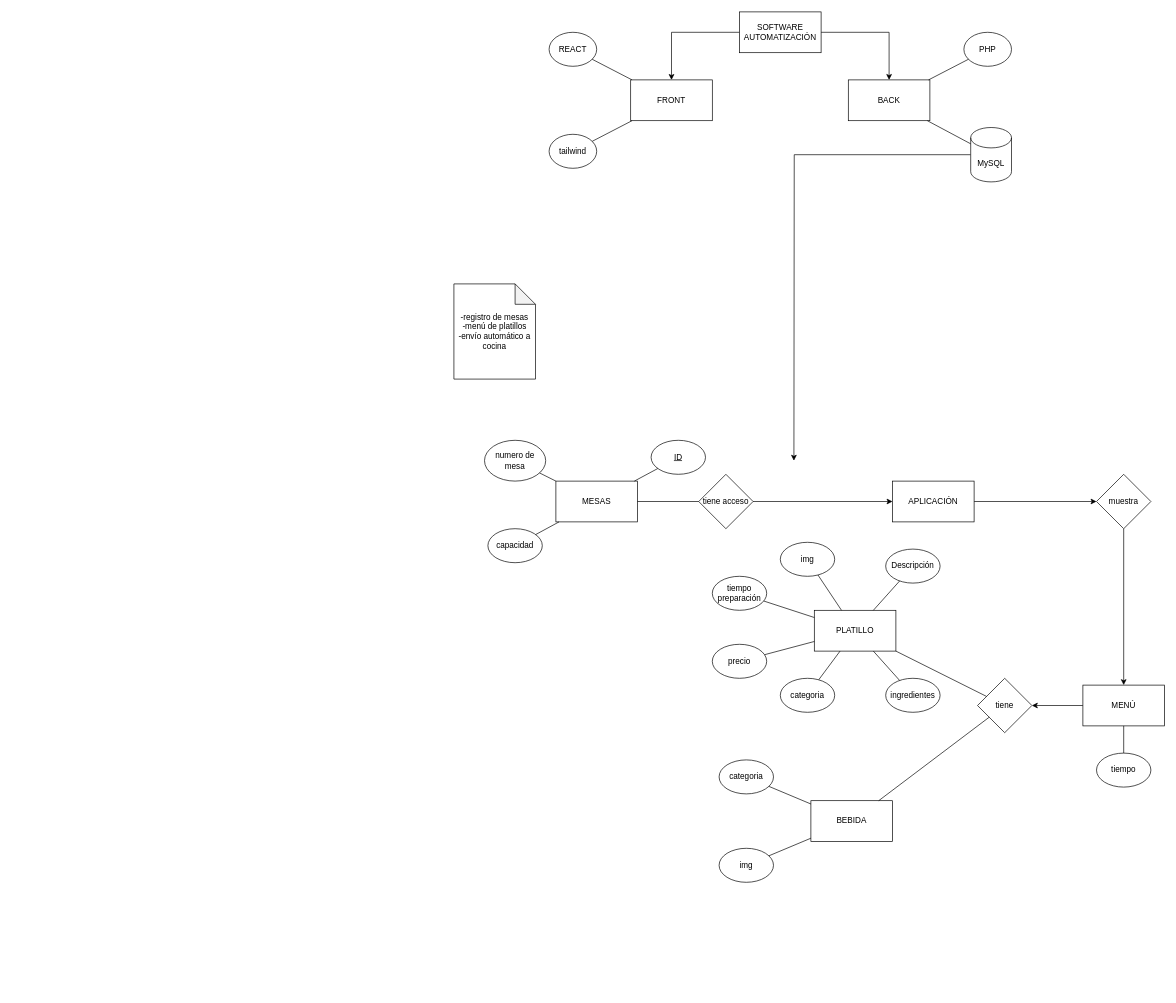
Before: documentación/arquitectura_del_sistema.drawio in SantiagoTamayo2002/RESTAURANT-APP, a draw.io diagram. Source tidied: cells renumbered, new cells numbered last; positions are measured from the earlier drawing's top-left corner, leaving out a move shared by most shapes. Both pictures are drawn from the tidied source at 68%, with x=0, y=0 at pixel (454, 12).
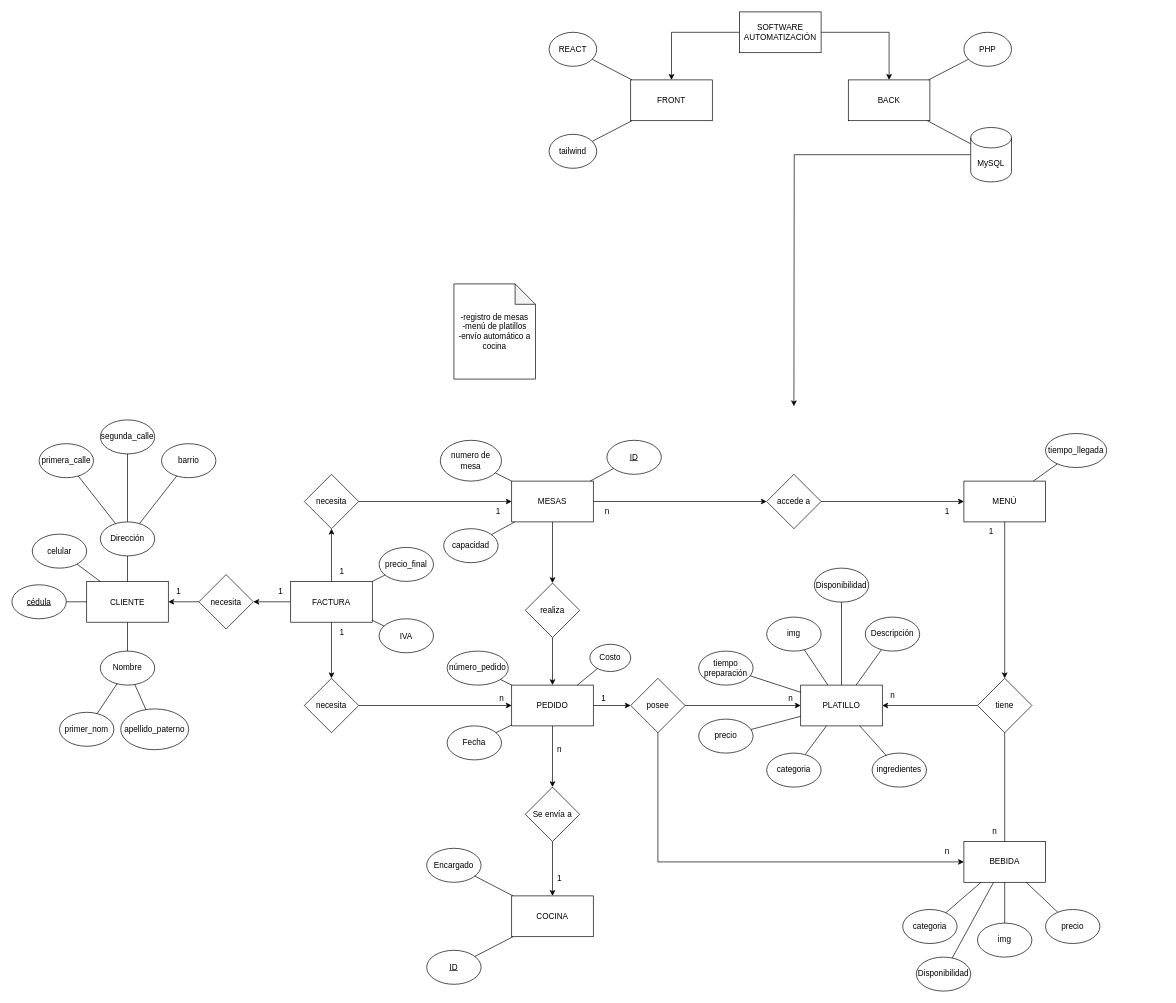
The same diagram, later.

Commit message (it also covers changes not shown here):
BDD diseño conceptual

Unchanged cells that the change refers to:
```xml
<mxCell id="11" value="MySQL" style="shape=cylinder3;whiteSpace=wrap;html=1;boundedLbl=1;backgroundOutline=1;size=15;" parent="1" vertex="1">
  <mxGeometry x="760" y="170" width="60" height="80" as="geometry" />
</mxCell>
<mxCell id="35" value="tiene" style="rhombus;whiteSpace=wrap;html=1;" parent="1" vertex="1">
  <mxGeometry x="770" y="980" width="80" height="80" as="geometry" />
</mxCell>
```

The edit, as a diff of the source:
```diff
@@
     <mxCell id="10" style="edgeStyle=orthogonalEdgeStyle;rounded=0;jettySize=auto;html=1;" parent="1" edge="1" source="11">
       <mxGeometry relative="1" as="geometry">
-        <mxPoint x="500" y="660" as="targetPoint" />
+        <mxPoint x="500" y="580" as="targetPoint" />
       </mxGeometry>
     </mxCell>
@@
+    <mxCell id="56" style="edgeStyle=orthogonalEdgeStyle;rounded=0;jettySize=auto;html=1;" parent="1" edge="1" source="17" target="59">
+      <mxGeometry relative="1" as="geometry" />
+    </mxCell>
+    <mxCell id="26" style="edgeStyle=orthogonalEdgeStyle;rounded=0;jettySize=auto;html=1;" parent="1" edge="1" source="17" target="25">
+      <mxGeometry relative="1" as="geometry" />
+    </mxCell>
     <mxCell id="17" value="MESAS" style="rounded=0;whiteSpace=wrap;html=1;" parent="1" vertex="1">
-      <mxGeometry x="150" y="690" width="120" height="60" as="geometry" />
+      <mxGeometry x="85" y="690" width="120" height="60" as="geometry" />
     </mxCell>
     <mxCell id="18" value="numero de mesa" style="ellipse;whiteSpace=wrap;html=1;" parent="1" vertex="1">
-      <mxGeometry x="45" y="630" width="90" height="60" as="geometry" />
+      <mxGeometry x="-20" y="630" width="90" height="60" as="geometry" />
     </mxCell>
     <mxCell id="19" value="capacidad" style="ellipse;whiteSpace=wrap;html=1;" parent="1" vertex="1">
-      <mxGeometry x="50" y="760" width="80" height="50" as="geometry" />
+      <mxGeometry x="-15" y="760" width="80" height="50" as="geometry" />
     </mxCell>
@@
     <mxCell id="22" value="&lt;u&gt;ID&lt;/u&gt;" style="ellipse;whiteSpace=wrap;html=1;" parent="1" vertex="1">
-      <mxGeometry x="290" y="630" width="80" height="50" as="geometry" />
+      <mxGeometry x="225" y="630" width="80" height="50" as="geometry" />
     </mxCell>
@@
-    <mxCell id="24" style="edgeStyle=orthogonalEdgeStyle;rounded=0;jettySize=auto;html=1;" parent="1" edge="1" source="25" target="28">
-      <mxGeometry relative="1" as="geometry" />
+    <mxCell id="24" style="edgeStyle=orthogonalEdgeStyle;rounded=0;jettySize=auto;html=1;" parent="1" edge="1" source="25" target="30">
+      <mxGeometry relative="1" as="geometry">
+        <Array as="points">
+          <mxPoint x="750" y="720" />
+          <mxPoint x="750" y="720" />
+        </Array>
+      </mxGeometry>
     </mxCell>
-    <mxCell id="25" value="tiene acceso" style="rhombus;whiteSpace=wrap;html=1;" parent="1" vertex="1">
-      <mxGeometry x="360" y="680" width="80" height="80" as="geometry" />
+    <mxCell id="25" value="accede a" style="rhombus;whiteSpace=wrap;html=1;" parent="1" vertex="1">
+      <mxGeometry x="460" y="680" width="80" height="80" as="geometry" />
     </mxCell>
-    <mxCell id="26" style="endArrow=none;html=1;rounded=0;" parent="1" edge="1" source="17" target="25">
-      <mxGeometry relative="1" as="geometry" />
-    </mxCell>
-    <mxCell id="27" style="edgeStyle=orthogonalEdgeStyle;rounded=0;jettySize=auto;html=1;" parent="1" edge="1" source="28" target="41">
-      <mxGeometry relative="1" as="geometry" />
-    </mxCell>
-    <mxCell id="28" value="APLICACIÓN" style="rounded=0;whiteSpace=wrap;html=1;" parent="1" vertex="1">
-      <mxGeometry x="645" y="690" width="120" height="60" as="geometry" />
-    </mxCell>
@@
     <mxCell id="30" value="MENÚ" style="rounded=0;whiteSpace=wrap;html=1;" parent="1" vertex="1">
-      <mxGeometry x="925" y="990" width="120" height="60" as="geometry" />
+      <mxGeometry x="750" y="690" width="120" height="60" as="geometry" />
     </mxCell>
-    <mxCell id="31" value="tiempo" style="ellipse;whiteSpace=wrap;html=1;" parent="1" vertex="1">
-      <mxGeometry x="945" y="1090" width="80" height="50" as="geometry" />
+    <mxCell id="31" value="tiempo_llegada" style="ellipse;whiteSpace=wrap;html=1;" parent="1" vertex="1">
+      <mxGeometry x="870" y="620" width="90" height="50" as="geometry" />
     </mxCell>
@@
     <mxCell id="33" value="PLATILLO" style="rounded=0;whiteSpace=wrap;html=1;" parent="1" vertex="1">
-      <mxGeometry x="530" y="880" width="120" height="60" as="geometry" />
+      <mxGeometry x="510" y="990" width="120" height="60" as="geometry" />
     </mxCell>
     <mxCell id="34" value="ingredientes" style="ellipse;whiteSpace=wrap;html=1;" parent="1" vertex="1">
-      <mxGeometry x="635" y="980" width="80" height="50" as="geometry" />
+      <mxGeometry x="615" y="1090" width="80" height="50" as="geometry" />
     </mxCell>
+    <mxCell id="57" style="edgeStyle=orthogonalEdgeStyle;rounded=0;jettySize=auto;html=1;" parent="1" edge="1" source="35" target="33">
+      <mxGeometry relative="1" as="geometry" />
+    </mxCell>
@@
     <mxCell id="38" value="img" style="ellipse;whiteSpace=wrap;html=1;" parent="1" vertex="1">
-      <mxGeometry x="480" y="780" width="80" height="50" as="geometry" />
+      <mxGeometry x="460" y="890" width="80" height="50" as="geometry" />
     </mxCell>
@@
-    <mxCell id="40" style="edgeStyle=orthogonalEdgeStyle;rounded=0;jettySize=auto;html=1;" parent="1" edge="1" source="41" target="30">
-      <mxGeometry relative="1" as="geometry" />
-    </mxCell>
-    <mxCell id="41" value="muestra" style="rhombus;whiteSpace=wrap;html=1;" parent="1" vertex="1">
-      <mxGeometry x="945" y="680" width="80" height="80" as="geometry" />
-    </mxCell>
     <mxCell id="42" value="tiempo&lt;div&gt;preparación&lt;/div&gt;" style="ellipse;whiteSpace=wrap;html=1;" parent="1" vertex="1">
-      <mxGeometry x="380" y="830" width="80" height="50" as="geometry" />
+      <mxGeometry x="360" y="940" width="80" height="50" as="geometry" />
     </mxCell>
@@
     <mxCell id="45" value="categoria" style="ellipse;whiteSpace=wrap;html=1;" parent="1" vertex="1">
-      <mxGeometry x="480" y="980" width="80" height="50" as="geometry" />
+      <mxGeometry x="460" y="1090" width="80" height="50" as="geometry" />
     </mxCell>
     <mxCell id="46" value="BEBIDA" style="rounded=0;whiteSpace=wrap;html=1;" parent="1" vertex="1">
-      <mxGeometry x="525" y="1160" width="120" height="60" as="geometry" />
+      <mxGeometry x="750" y="1220" width="120" height="60" as="geometry" />
     </mxCell>
     <mxCell id="47" value="categoria" style="ellipse;whiteSpace=wrap;html=1;" parent="1" vertex="1">
-      <mxGeometry x="390" y="1100" width="80" height="50" as="geometry" />
+      <mxGeometry x="660" y="1320" width="80" height="50" as="geometry" />
     </mxCell>
@@
     <mxCell id="49" value="img" style="ellipse;whiteSpace=wrap;html=1;" parent="1" vertex="1">
-      <mxGeometry x="390" y="1230" width="80" height="50" as="geometry" />
+      <mxGeometry x="770" y="1340" width="80" height="50" as="geometry" />
     </mxCell>
@@
     <mxCell id="51" value="precio" style="ellipse;whiteSpace=wrap;html=1;" parent="1" vertex="1">
-      <mxGeometry x="380" y="930" width="80" height="50" as="geometry" />
+      <mxGeometry x="360" y="1040" width="80" height="50" as="geometry" />
     </mxCell>
@@
-    <mxCell id="53" style="endArrow=none;html=1;rounded=0;" parent="1" edge="1" source="33" target="35">
-      <mxGeometry relative="1" as="geometry" />
-    </mxCell>
     <mxCell id="54" value="Descripción" style="ellipse;whiteSpace=wrap;html=1;" parent="1" vertex="1">
-      <mxGeometry x="635" y="790" width="80" height="50" as="geometry" />
+      <mxGeometry x="605" y="890" width="80" height="50" as="geometry" />
     </mxCell>
@@
+    <mxCell id="58" style="edgeStyle=orthogonalEdgeStyle;rounded=0;jettySize=auto;html=1;" parent="1" edge="1" source="59" target="62">
+      <mxGeometry relative="1" as="geometry" />
+    </mxCell>
+    <mxCell id="59" value="realiza" style="rhombus;whiteSpace=wrap;html=1;" parent="1" vertex="1">
+      <mxGeometry x="105" y="840" width="80" height="80" as="geometry" />
+    </mxCell>
+    <mxCell id="60" style="edgeStyle=orthogonalEdgeStyle;rounded=0;jettySize=auto;html=1;" parent="1" edge="1" source="62" target="71">
+      <mxGeometry relative="1" as="geometry" />
+    </mxCell>
+    <mxCell id="61" style="edgeStyle=orthogonalEdgeStyle;rounded=0;jettySize=auto;html=1;" parent="1" edge="1" source="62" target="121">
+      <mxGeometry relative="1" as="geometry" />
+    </mxCell>
+    <mxCell id="62" value="PEDIDO" style="rounded=0;whiteSpace=wrap;html=1;" parent="1" vertex="1">
+      <mxGeometry x="85" y="990" width="120" height="60" as="geometry" />
+    </mxCell>
+    <mxCell id="63" value="número_pedido" style="ellipse;whiteSpace=wrap;html=1;" parent="1" vertex="1">
+      <mxGeometry x="-10" y="940" width="90" height="50" as="geometry" />
+    </mxCell>
+    <mxCell id="64" style="endArrow=none;html=1;rounded=0;" parent="1" edge="1" source="62" target="63">
+      <mxGeometry relative="1" as="geometry" />
+    </mxCell>
+    <mxCell id="65" value="Fecha" style="ellipse;whiteSpace=wrap;html=1;" parent="1" vertex="1">
+      <mxGeometry x="-10" y="1050" width="80" height="50" as="geometry" />
+    </mxCell>
+    <mxCell id="66" style="endArrow=none;html=1;rounded=0;" parent="1" edge="1" source="65" target="62">
+      <mxGeometry relative="1" as="geometry" />
+    </mxCell>
+    <mxCell id="67" value="precio" style="ellipse;whiteSpace=wrap;html=1;" parent="1" vertex="1">
+      <mxGeometry x="870" y="1320" width="80" height="50" as="geometry" />
+    </mxCell>
+    <mxCell id="68" style="endArrow=none;html=1;rounded=0;" parent="1" edge="1" source="67" target="46">
+      <mxGeometry relative="1" as="geometry" />
+    </mxCell>
+    <mxCell id="69" style="edgeStyle=orthogonalEdgeStyle;rounded=0;jettySize=auto;html=1;" parent="1" edge="1" source="71" target="33">
+      <mxGeometry relative="1" as="geometry" />
+    </mxCell>
+    <mxCell id="70" style="edgeStyle=orthogonalEdgeStyle;rounded=0;jettySize=auto;html=1;entryX=0;entryY=0.5;entryDx=0;entryDy=0;" parent="1" edge="1" source="71" target="46">
+      <mxGeometry relative="1" as="geometry">
+        <Array as="points">
+          <mxPoint x="300" y="1250" />
+        </Array>
+      </mxGeometry>
+    </mxCell>
+    <mxCell id="71" value="posee" style="rhombus;whiteSpace=wrap;html=1;" parent="1" vertex="1">
+      <mxGeometry x="260" y="980" width="80" height="80" as="geometry" />
+    </mxCell>
+    <mxCell id="72" value="CLIENTE" style="rounded=0;whiteSpace=wrap;html=1;" parent="1" vertex="1">
+      <mxGeometry x="-540" y="837.5" width="120" height="60" as="geometry" />
+    </mxCell>
+    <mxCell id="73" value="&lt;u&gt;cédula&lt;/u&gt;" style="ellipse;whiteSpace=wrap;html=1;" parent="1" vertex="1">
+      <mxGeometry x="-650" y="842.5" width="80" height="50" as="geometry" />
+    </mxCell>
+    <mxCell id="74" style="endArrow=none;html=1;rounded=0;" parent="1" edge="1" source="73" target="72">
+      <mxGeometry relative="1" as="geometry" />
+    </mxCell>
+    <mxCell id="75" value="Nombre" style="ellipse;whiteSpace=wrap;html=1;" parent="1" vertex="1">
+      <mxGeometry x="-520" y="940" width="80" height="50" as="geometry" />
+    </mxCell>
+    <mxCell id="76" style="endArrow=none;html=1;rounded=0;" parent="1" edge="1" source="75" target="72">
+      <mxGeometry relative="1" as="geometry" />
+    </mxCell>
+    <mxCell id="77" value="primer_nom" style="ellipse;whiteSpace=wrap;html=1;" parent="1" vertex="1">
+      <mxGeometry x="-580" y="1030" width="80" height="50" as="geometry" />
+    </mxCell>
+    <mxCell id="78" value="apellido_paterno" style="ellipse;whiteSpace=wrap;html=1;" parent="1" vertex="1">
+      <mxGeometry x="-490" y="1025" width="100" height="60" as="geometry" />
+    </mxCell>
+    <mxCell id="79" style="endArrow=none;html=1;rounded=0;" parent="1" edge="1" source="77" target="75">
+      <mxGeometry relative="1" as="geometry" />
+    </mxCell>
+    <mxCell id="80" style="endArrow=none;html=1;rounded=0;" parent="1" edge="1" source="78" target="75">
+      <mxGeometry relative="1" as="geometry" />
+    </mxCell>
+    <mxCell id="81" style="edgeStyle=orthogonalEdgeStyle;rounded=0;jettySize=auto;html=1;" parent="1" edge="1" source="84" target="86">
+      <mxGeometry relative="1" as="geometry" />
+    </mxCell>
+    <mxCell id="82" style="edgeStyle=orthogonalEdgeStyle;rounded=0;jettySize=auto;html=1;" parent="1" edge="1" source="84" target="88">
+      <mxGeometry relative="1" as="geometry" />
+    </mxCell>
+    <mxCell id="83" style="edgeStyle=orthogonalEdgeStyle;rounded=0;jettySize=auto;html=1;" parent="1" edge="1" source="84" target="90">
+      <mxGeometry relative="1" as="geometry" />
+    </mxCell>
+    <mxCell id="84" value="FACTURA" style="rounded=0;whiteSpace=wrap;html=1;" parent="1" vertex="1">
+      <mxGeometry x="-240" y="837.5" width="120" height="60" as="geometry" />
+    </mxCell>
+    <mxCell id="85" style="edgeStyle=orthogonalEdgeStyle;rounded=0;jettySize=auto;html=1;" parent="1" edge="1" source="86" target="17">
+      <mxGeometry relative="1" as="geometry" />
+    </mxCell>
+    <mxCell id="86" value="necesita" style="rhombus;whiteSpace=wrap;html=1;" parent="1" vertex="1">
+      <mxGeometry x="-220" y="680" width="80" height="80" as="geometry" />
+    </mxCell>
+    <mxCell id="87" style="edgeStyle=orthogonalEdgeStyle;rounded=0;jettySize=auto;html=1;" parent="1" edge="1" source="88" target="62">
+      <mxGeometry relative="1" as="geometry" />
+    </mxCell>
+    <mxCell id="88" value="necesita" style="rhombus;whiteSpace=wrap;html=1;" parent="1" vertex="1">
+      <mxGeometry x="-220" y="980" width="80" height="80" as="geometry" />
+    </mxCell>
+    <mxCell id="89" style="edgeStyle=orthogonalEdgeStyle;rounded=0;jettySize=auto;html=1;" parent="1" edge="1" source="90" target="72">
+      <mxGeometry relative="1" as="geometry" />
+    </mxCell>
+    <mxCell id="90" value="necesita" style="rhombus;whiteSpace=wrap;html=1;" parent="1" vertex="1">
+      <mxGeometry x="-375" y="827.5" width="80" height="80" as="geometry" />
+    </mxCell>
+    <mxCell id="91" value="Dirección" style="ellipse;whiteSpace=wrap;html=1;" parent="1" vertex="1">
+      <mxGeometry x="-520" y="750" width="80" height="50" as="geometry" />
+    </mxCell>
+    <mxCell id="92" style="endArrow=none;html=1;rounded=0;" parent="1" edge="1" source="72" target="91">
+      <mxGeometry relative="1" as="geometry" />
+    </mxCell>
+    <mxCell id="93" value="primera_calle" style="ellipse;whiteSpace=wrap;html=1;" parent="1" vertex="1">
+      <mxGeometry x="-610" y="635" width="80" height="50" as="geometry" />
+    </mxCell>
+    <mxCell id="94" value="segunda_calle" style="ellipse;whiteSpace=wrap;html=1;" parent="1" vertex="1">
+      <mxGeometry x="-520" y="600" width="80" height="50" as="geometry" />
+    </mxCell>
+    <mxCell id="95" value="barrio" style="ellipse;whiteSpace=wrap;html=1;" parent="1" vertex="1">
+      <mxGeometry x="-430" y="635" width="80" height="50" as="geometry" />
+    </mxCell>
+    <mxCell id="96" style="endArrow=none;html=1;rounded=0;" parent="1" edge="1" source="91" target="95">
+      <mxGeometry relative="1" as="geometry" />
+    </mxCell>
+    <mxCell id="97" style="endArrow=none;html=1;rounded=0;" parent="1" edge="1" source="93" target="91">
+      <mxGeometry relative="1" as="geometry" />
+    </mxCell>
+    <mxCell id="98" style="endArrow=none;html=1;rounded=0;" parent="1" edge="1" source="91" target="94">
+      <mxGeometry relative="1" as="geometry" />
+    </mxCell>
+    <mxCell id="99" value="1" style="text;html=1;align=center;verticalAlign=middle;strokeColor=none;fillColor=none;" parent="1" vertex="1">
+      <mxGeometry x="-180" y="807.5" width="30" height="30" as="geometry" />
+    </mxCell>
+    <mxCell id="100" value="1" style="text;html=1;align=center;verticalAlign=middle;strokeColor=none;fillColor=none;" parent="1" vertex="1">
+      <mxGeometry x="50" y="720" width="30" height="30" as="geometry" />
+    </mxCell>
+    <mxCell id="101" value="1" style="text;html=1;align=center;verticalAlign=middle;strokeColor=none;fillColor=none;" parent="1" vertex="1">
+      <mxGeometry x="-270" y="838" width="30" height="30" as="geometry" />
+    </mxCell>
+    <mxCell id="102" value="1" style="text;html=1;align=center;verticalAlign=middle;strokeColor=none;fillColor=none;" parent="1" vertex="1">
+      <mxGeometry x="-420" y="837.5" width="30" height="30" as="geometry" />
+    </mxCell>
+    <mxCell id="103" value="1" style="text;html=1;align=center;verticalAlign=middle;strokeColor=none;fillColor=none;" parent="1" vertex="1">
+      <mxGeometry x="-180" y="897.5" width="30" height="30" as="geometry" />
+    </mxCell>
+    <mxCell id="104" value="n" style="text;html=1;align=center;verticalAlign=middle;strokeColor=none;fillColor=none;" parent="1" vertex="1">
+      <mxGeometry x="55" y="995" width="30" height="30" as="geometry" />
+    </mxCell>
+    <mxCell id="105" value="1" style="text;html=1;align=center;verticalAlign=middle;strokeColor=none;fillColor=none;" parent="1" vertex="1">
+      <mxGeometry x="205" y="995" width="30" height="30" as="geometry" />
+    </mxCell>
+    <mxCell id="106" value="n" style="text;html=1;align=center;verticalAlign=middle;strokeColor=none;fillColor=none;" parent="1" vertex="1">
+      <mxGeometry x="480" y="995" width="30" height="30" as="geometry" />
+    </mxCell>
+    <mxCell id="107" value="1" style="text;html=1;align=center;verticalAlign=middle;strokeColor=none;fillColor=none;" parent="1" vertex="1">
+      <mxGeometry x="775" y="750" width="30" height="30" as="geometry" />
+    </mxCell>
+    <mxCell id="108" value="n" style="text;html=1;align=center;verticalAlign=middle;strokeColor=none;fillColor=none;" parent="1" vertex="1">
+      <mxGeometry x="630" y="990" width="30" height="30" as="geometry" />
+    </mxCell>
+    <mxCell id="109" value="n" style="text;html=1;align=center;verticalAlign=middle;strokeColor=none;fillColor=none;" parent="1" vertex="1">
+      <mxGeometry x="210" y="720" width="30" height="30" as="geometry" />
+    </mxCell>
+    <mxCell id="110" value="Disponibilidad" style="ellipse;whiteSpace=wrap;html=1;" parent="1" vertex="1">
+      <mxGeometry x="530" y="818" width="80" height="50" as="geometry" />
+    </mxCell>
+    <mxCell id="111" style="endArrow=none;html=1;rounded=0;" parent="1" edge="1" source="33" target="110">
+      <mxGeometry relative="1" as="geometry" />
+    </mxCell>
+    <mxCell id="112" value="Disponibilidad" style="ellipse;whiteSpace=wrap;html=1;" parent="1" vertex="1">
+      <mxGeometry x="680" y="1390" width="80" height="50" as="geometry" />
+    </mxCell>
+    <mxCell id="113" style="endArrow=none;html=1;rounded=0;" parent="1" edge="1" source="112" target="46">
+      <mxGeometry relative="1" as="geometry" />
+    </mxCell>
+    <mxCell id="114" value="n" style="text;html=1;align=center;verticalAlign=middle;strokeColor=none;fillColor=none;" parent="1" vertex="1">
+      <mxGeometry x="780" y="1190" width="30" height="30" as="geometry" />
+    </mxCell>
+    <mxCell id="115" value="1" style="text;html=1;align=center;verticalAlign=middle;strokeColor=none;fillColor=none;" parent="1" vertex="1">
+      <mxGeometry x="710" y="720" width="30" height="30" as="geometry" />
+    </mxCell>
+    <mxCell id="116" value="precio_final" style="ellipse;whiteSpace=wrap;html=1;" parent="1" vertex="1">
+      <mxGeometry x="-110" y="787.5" width="80" height="50" as="geometry" />
+    </mxCell>
+    <mxCell id="117" value="IVA" style="ellipse;whiteSpace=wrap;html=1;" parent="1" vertex="1">
+      <mxGeometry x="-110" y="892.5" width="80" height="50" as="geometry" />
+    </mxCell>
+    <mxCell id="118" style="endArrow=none;html=1;rounded=0;" parent="1" edge="1" source="117" target="84">
+      <mxGeometry relative="1" as="geometry" />
+    </mxCell>
+    <mxCell id="119" style="endArrow=none;html=1;rounded=0;" parent="1" edge="1" source="116" target="84">
+      <mxGeometry relative="1" as="geometry" />
+    </mxCell>
+    <mxCell id="120" style="edgeStyle=orthogonalEdgeStyle;rounded=0;jettySize=auto;html=1;" parent="1" edge="1" source="121" target="122">
+      <mxGeometry relative="1" as="geometry" />
+    </mxCell>
+    <mxCell id="121" value="Se envía a" style="rhombus;whiteSpace=wrap;html=1;" parent="1" vertex="1">
+      <mxGeometry x="105" y="1140" width="80" height="80" as="geometry" />
+    </mxCell>
+    <mxCell id="122" value="COCINA" style="rounded=0;whiteSpace=wrap;html=1;" parent="1" vertex="1">
+      <mxGeometry x="85" y="1300" width="120" height="60" as="geometry" />
+    </mxCell>
+    <mxCell id="123" value="Encargado" style="ellipse;whiteSpace=wrap;html=1;" parent="1" vertex="1">
+      <mxGeometry x="-40" y="1230" width="80" height="50" as="geometry" />
+    </mxCell>
+    <mxCell id="124" style="endArrow=none;html=1;rounded=0;" parent="1" edge="1" source="123" target="122">
+      <mxGeometry relative="1" as="geometry" />
+    </mxCell>
+    <mxCell id="125" value="n" style="text;html=1;align=center;verticalAlign=middle;strokeColor=none;fillColor=none;" parent="1" vertex="1">
+      <mxGeometry x="140" y="1070" width="30" height="30" as="geometry" />
+    </mxCell>
+    <mxCell id="126" value="1" style="text;html=1;align=center;verticalAlign=middle;strokeColor=none;fillColor=none;" parent="1" vertex="1">
+      <mxGeometry x="140" y="1260" width="30" height="30" as="geometry" />
+    </mxCell>
+    <mxCell id="127" value="n" style="text;html=1;align=center;verticalAlign=middle;strokeColor=none;fillColor=none;" parent="1" vertex="1">
+      <mxGeometry x="710" y="1220" width="30" height="30" as="geometry" />
+    </mxCell>
+    <mxCell id="128" value="&lt;u&gt;ID&lt;/u&gt;" style="ellipse;whiteSpace=wrap;html=1;" parent="1" vertex="1">
+      <mxGeometry x="-40" y="1380" width="80" height="50" as="geometry" />
+    </mxCell>
+    <mxCell id="129" style="endArrow=none;html=1;rounded=0;" parent="1" edge="1" source="128" target="122">
+      <mxGeometry relative="1" as="geometry" />
+    </mxCell>
+    <mxCell id="130" value="Costo" style="ellipse;whiteSpace=wrap;html=1;" parent="1" vertex="1">
+      <mxGeometry x="200" y="930" width="60" height="40" as="geometry" />
+    </mxCell>
+    <mxCell id="131" style="endArrow=none;html=1;rounded=0;" parent="1" edge="1" source="130" target="62">
+      <mxGeometry relative="1" as="geometry" />
+    </mxCell>
+    <mxCell id="132" value="celular" style="ellipse;whiteSpace=wrap;html=1;" parent="1" vertex="1">
+      <mxGeometry x="-620" y="768" width="80" height="50" as="geometry" />
+    </mxCell>
+    <mxCell id="133" style="endArrow=none;html=1;rounded=0;" parent="1" edge="1" source="72" target="132">
+      <mxGeometry relative="1" as="geometry" />
+    </mxCell>
```
